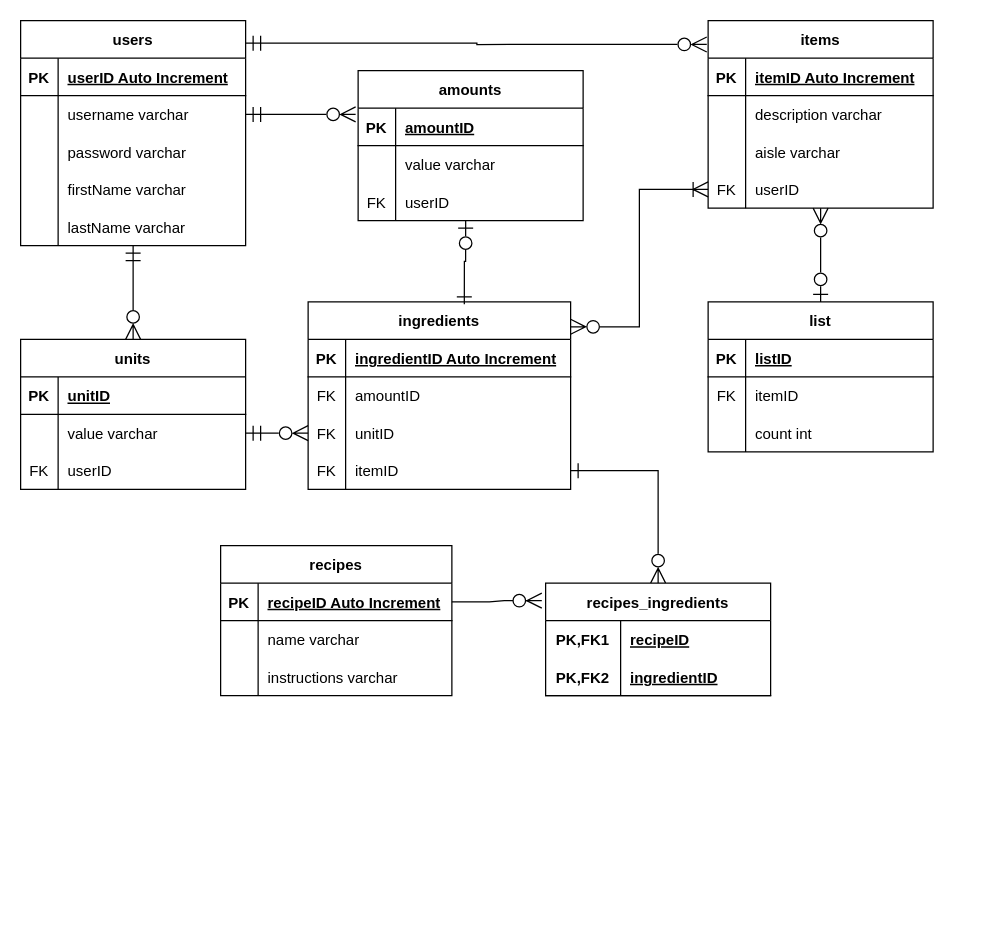
Before: GBR ERD.drawio in squeekems/groceriesbyrecipe, a draw.io diagram. Source tidied: cells renumbered, new cells numbered last; positions are measured from the earlier drawing's top-left corner, leaving out a move shared by most shapes. Both pictures are drawn from the tidied source at 125%, with x=0, y=0 at pixel (20, 20).
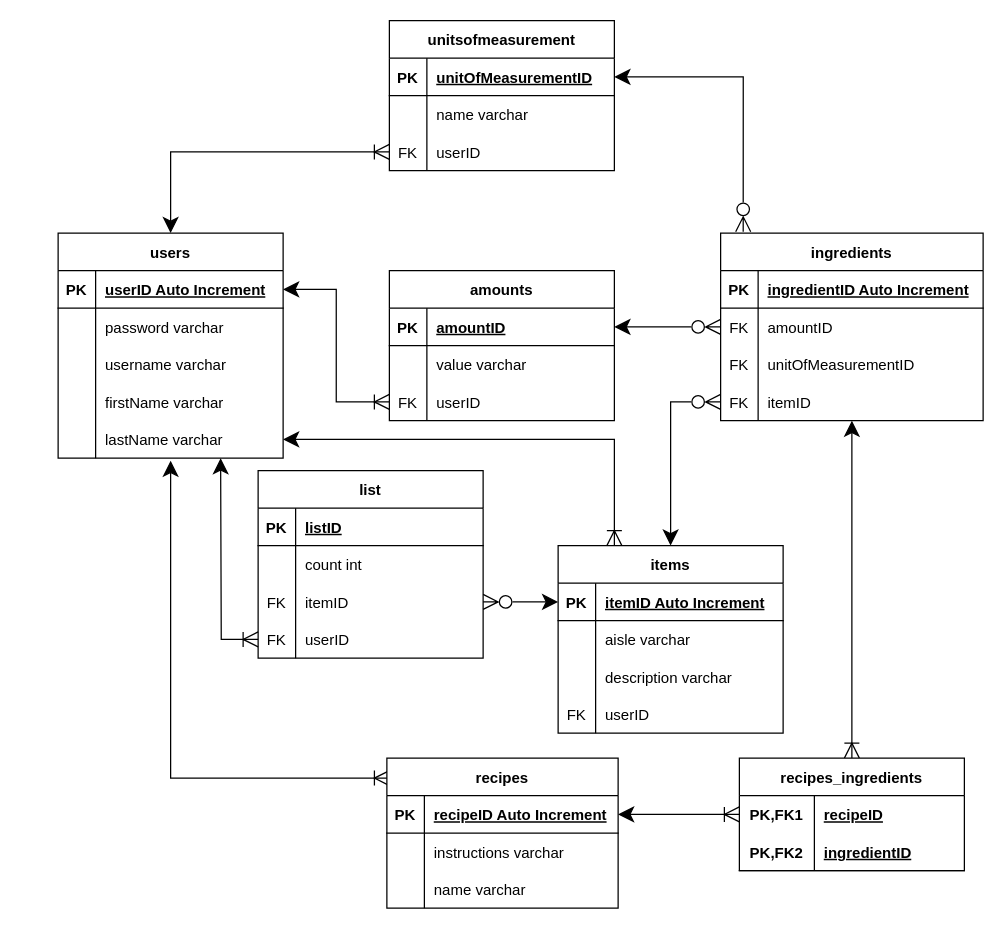
The same diagram, later.

Unchanged cells that the change refers to:
```xml
<mxCell id="4" style="shape=tableRow;horizontal=0;startSize=0;swimlaneHead=0;swimlaneBody=0;fillColor=none;points=[[0,0.5],[1,0.5]];portConstraint=eastwest;top=0;left=0;right=0;bottom=1;" parent="3" vertex="1">
  <mxGeometry y="30" width="180" height="30" as="geometry" />
</mxCell>
<mxCell id="16" style="shape=tableRow;horizontal=0;startSize=0;swimlaneHead=0;swimlaneBody=0;fillColor=none;points=[[0,0.5],[1,0.5]];portConstraint=eastwest;top=0;left=0;right=0;bottom=0;" parent="3" vertex="1">
  <mxGeometry y="150" width="180" height="30" as="geometry" />
</mxCell>
<mxCell id="21" style="shape=tableRow;horizontal=0;startSize=0;swimlaneHead=0;swimlaneBody=0;fillColor=none;points=[[0,0.5],[1,0.5]];portConstraint=eastwest;top=0;left=0;right=0;bottom=1;rounded=0;shadow=0;sketch=0;" parent="20" vertex="1">
  <mxGeometry y="30" width="180" height="30" as="geometry" />
</mxCell>
<mxCell id="30" style="shape=tableRow;horizontal=0;startSize=0;swimlaneHead=0;swimlaneBody=0;fillColor=none;points=[[0,0.5],[1,0.5]];portConstraint=eastwest;top=0;left=0;right=0;bottom=0;rounded=0;shadow=0;sketch=0;" parent="20" vertex="1">
  <mxGeometry y="120" width="180" height="30" as="geometry" />
</mxCell>
<mxCell id="39" style="shape=tableRow;horizontal=0;startSize=0;swimlaneHead=0;swimlaneBody=0;fillColor=none;points=[[0,0.5],[1,0.5]];portConstraint=eastwest;top=0;left=0;right=0;bottom=0;rounded=0;shadow=0;sketch=0;" parent="35" vertex="1">
  <mxGeometry y="60" width="210" height="30" as="geometry" />
</mxCell>
<mxCell id="42" style="shape=tableRow;horizontal=0;startSize=0;swimlaneHead=0;swimlaneBody=0;fillColor=none;points=[[0,0.5],[1,0.5]];portConstraint=eastwest;top=0;left=0;right=0;bottom=0;rounded=0;shadow=0;sketch=0;" parent="35" vertex="1">
  <mxGeometry y="90" width="210" height="30" as="geometry" />
</mxCell>
<mxCell id="45" style="shape=tableRow;horizontal=0;startSize=0;swimlaneHead=0;swimlaneBody=0;fillColor=none;points=[[0,0.5],[1,0.5]];portConstraint=eastwest;top=0;left=0;right=0;bottom=0;rounded=0;shadow=0;sketch=0;" parent="35" vertex="1">
  <mxGeometry y="120" width="210" height="30" as="geometry" />
</mxCell>
<mxCell id="50" style="shape=tableRow;horizontal=0;startSize=0;swimlaneHead=0;swimlaneBody=0;fillColor=none;points=[[0,0.5],[1,0.5]];portConstraint=eastwest;top=0;left=0;right=0;bottom=1;rounded=0;shadow=0;sketch=0;" parent="49" vertex="1">
  <mxGeometry y="30" width="185" height="30" as="geometry" />
</mxCell>
<mxCell id="60" style="shape=tableRow;horizontal=0;startSize=0;swimlaneHead=0;swimlaneBody=0;fillColor=none;points=[[0,0.5],[1,0.5]];portConstraint=eastwest;top=0;left=0;right=0;bottom=1;" parent="59" vertex="1">
  <mxGeometry y="30" width="180" height="30" as="geometry" />
</mxCell>
<mxCell id="66" style="shape=tableRow;horizontal=0;startSize=0;swimlaneHead=0;swimlaneBody=0;fillColor=none;points=[[0,0.5],[1,0.5]];portConstraint=eastwest;top=0;left=0;right=0;bottom=0;" parent="59" vertex="1">
  <mxGeometry y="90" width="180" height="30" as="geometry" />
</mxCell>
<mxCell id="70" style="shape=tableRow;horizontal=0;startSize=0;swimlaneHead=0;swimlaneBody=0;fillColor=none;points=[[0,0.5],[1,0.5]];portConstraint=eastwest;top=0;left=0;right=0;bottom=1;" parent="69" vertex="1">
  <mxGeometry y="30" width="180" height="30" as="geometry" />
</mxCell>
<mxCell id="73" style="shape=tableRow;horizontal=0;startSize=0;swimlaneHead=0;swimlaneBody=0;fillColor=none;points=[[0,0.5],[1,0.5]];portConstraint=eastwest;top=0;left=0;right=0;bottom=0;" parent="69" vertex="1">
  <mxGeometry y="60" width="180" height="30" as="geometry" />
</mxCell>
<mxCell id="76" style="shape=tableRow;horizontal=0;startSize=0;swimlaneHead=0;swimlaneBody=0;fillColor=none;points=[[0,0.5],[1,0.5]];portConstraint=eastwest;top=0;left=0;right=0;bottom=0;" parent="69" vertex="1">
  <mxGeometry y="90" width="180" height="30" as="geometry" />
</mxCell>
<mxCell id="81" style="shape=tableRow;horizontal=0;startSize=0;swimlaneHead=0;swimlaneBody=0;fillColor=none;points=[[0,0.5],[1,0.5]];portConstraint=eastwest;top=0;left=0;right=0;bottom=0;" parent="80" vertex="1">
  <mxGeometry y="30" width="180" height="30" as="geometry" />
</mxCell>
```

Diff of the diagram source:
```diff
@@
-    <mxCell id="2" style="edgeStyle=orthogonalEdgeStyle;jettySize=auto;html=1;entryX=0.5;entryY=0;entryDx=0;entryDy=0;startArrow=ERmandOne;startFill=0;endArrow=ERzeroToMany;endFill=0;startSize=10;endSize=10;rounded=0;" parent="1" edge="1" source="3" target="69">
-      <mxGeometry relative="1" as="geometry" />
-    </mxCell>
     <mxCell id="3" value="users" style="shape=table;startSize=30;childLayout=tableLayout;rowLines=0;fontStyle=1;align=center;rounded=0;shadow=0;sketch=0;fillColor=#FFFFFF;backgroundOutline=0;fillOpacity=100;strokeOpacity=100;noLabel=0;" parent="1" vertex="1">
-      <mxGeometry width="180" height="180" as="geometry" />
+      <mxGeometry x="30" y="170" width="180" height="180" as="geometry" />
     </mxCell>
@@
+    <mxCell id="10" style="shape=tableRow;horizontal=0;startSize=0;swimlaneHead=0;swimlaneBody=0;fillColor=none;top=0;left=0;right=0;bottom=0;" parent="3" vertex="1">
+      <mxGeometry y="60" width="180" height="30" as="geometry" />
+    </mxCell>
+    <mxCell id="11" style="shape=partialRectangle;fillColor=none;top=0;left=0;bottom=0;right=0;overflow=hidden;" parent="10" vertex="1">
+      <mxGeometry width="30" height="30" as="geometry" />
+    </mxCell>
+    <mxCell id="12" value="password varchar" style="shape=partialRectangle;fillColor=none;top=0;left=0;bottom=0;right=0;align=left;spacingLeft=6;overflow=hidden;" parent="10" vertex="1">
+      <mxGeometry x="30" width="150" height="30" as="geometry" />
+    </mxCell>
     <mxCell id="7" style="shape=tableRow;horizontal=0;startSize=0;swimlaneHead=0;swimlaneBody=0;fillColor=none;points=[[0,0.5],[1,0.5]];portConstraint=eastwest;top=0;left=0;right=0;bottom=0;" parent="3" vertex="1">
-      <mxGeometry y="60" width="180" height="30" as="geometry" />
+      <mxGeometry y="90" width="180" height="30" as="geometry" />
     </mxCell>
@@
-    <mxCell id="10" style="shape=tableRow;horizontal=0;startSize=0;swimlaneHead=0;swimlaneBody=0;fillColor=none;top=0;left=0;right=0;bottom=0;" parent="3" vertex="1">
-      <mxGeometry y="90" width="180" height="30" as="geometry" />
-    </mxCell>
-    <mxCell id="11" style="shape=partialRectangle;fillColor=none;top=0;left=0;bottom=0;right=0;overflow=hidden;" parent="10" vertex="1">
-      <mxGeometry width="30" height="30" as="geometry" />
-    </mxCell>
-    <mxCell id="12" value="password varchar" style="shape=partialRectangle;fillColor=none;top=0;left=0;bottom=0;right=0;align=left;spacingLeft=6;overflow=hidden;" parent="10" vertex="1">
-      <mxGeometry x="30" width="150" height="30" as="geometry" />
-    </mxCell>
@@
-    <mxCell id="19" style="edgeStyle=orthogonalEdgeStyle;jettySize=auto;html=1;entryX=0.5;entryY=0;entryDx=0;entryDy=0;startArrow=ERzeroToMany;startFill=0;endArrow=ERzeroToOne;endFill=0;startSize=10;endSize=10;rounded=0;" parent="1" edge="1" source="20" target="88">
-      <mxGeometry relative="1" as="geometry" />
-    </mxCell>
+    <mxCell id="100" style="edgeStyle=orthogonalEdgeStyle;rounded=0;jettySize=auto;html=1;exitX=0.25;exitY=0;exitDx=0;exitDy=0;entryX=1;entryY=0.5;entryDx=0;entryDy=0;startArrow=ERoneToMany;startFill=0;startSize=10;endSize=10;" parent="1" edge="1" source="20" target="16">
+      <mxGeometry relative="1" as="geometry" />
+    </mxCell>
     <mxCell id="20" value="items" style="shape=table;startSize=30;childLayout=tableLayout;rowLines=0;fontStyle=1;align=center;rounded=0;shadow=0;sketch=0;fillColor=#FFFFFF;" parent="1" vertex="1">
-      <mxGeometry x="550" width="180" height="150" as="geometry" />
+      <mxGeometry x="430" y="420" width="180" height="150" as="geometry" />
     </mxCell>
@@
+    <mxCell id="27" style="shape=tableRow;horizontal=0;startSize=0;swimlaneHead=0;swimlaneBody=0;fillColor=none;top=0;left=0;right=0;bottom=0;rounded=0;shadow=0;sketch=0;" parent="20" vertex="1">
+      <mxGeometry y="60" width="180" height="30" as="geometry" />
+    </mxCell>
+    <mxCell id="28" style="shape=partialRectangle;fillColor=none;top=0;left=0;bottom=0;right=0;overflow=hidden;rounded=0;shadow=0;sketch=0;" parent="27" vertex="1">
+      <mxGeometry width="30" height="30" as="geometry" />
+    </mxCell>
+    <mxCell id="29" value="aisle varchar" style="shape=partialRectangle;fillColor=none;top=0;left=0;bottom=0;right=0;align=left;spacingLeft=6;overflow=hidden;rounded=0;shadow=0;sketch=0;" parent="27" vertex="1">
+      <mxGeometry x="30" width="150" height="30" as="geometry" />
+    </mxCell>
     <mxCell id="24" style="shape=tableRow;horizontal=0;startSize=0;swimlaneHead=0;swimlaneBody=0;fillColor=none;top=0;left=0;right=0;bottom=0;rounded=0;shadow=0;sketch=0;" parent="20" vertex="1">
-      <mxGeometry y="60" width="180" height="30" as="geometry" />
+      <mxGeometry y="90" width="180" height="30" as="geometry" />
     </mxCell>
@@
-    <mxCell id="27" style="shape=tableRow;horizontal=0;startSize=0;swimlaneHead=0;swimlaneBody=0;fillColor=none;top=0;left=0;right=0;bottom=0;rounded=0;shadow=0;sketch=0;" parent="20" vertex="1">
-      <mxGeometry y="90" width="180" height="30" as="geometry" />
-    </mxCell>
-    <mxCell id="28" style="shape=partialRectangle;fillColor=none;top=0;left=0;bottom=0;right=0;overflow=hidden;rounded=0;shadow=0;sketch=0;" parent="27" vertex="1">
-      <mxGeometry width="30" height="30" as="geometry" />
-    </mxCell>
-    <mxCell id="29" value="aisle varchar" style="shape=partialRectangle;fillColor=none;top=0;left=0;bottom=0;right=0;align=left;spacingLeft=6;overflow=hidden;rounded=0;shadow=0;sketch=0;" parent="27" vertex="1">
-      <mxGeometry x="30" width="150" height="30" as="geometry" />
-    </mxCell>
@@
-    <mxCell id="33" style="edgeStyle=orthogonalEdgeStyle;fontSize=12;html=1;endArrow=ERzeroToMany;startArrow=ERmandOne;rounded=0;targetPerimeterSpacing=0;endSize=10;startSize=10;exitX=1;exitY=0.1;exitDx=0;exitDy=0;endFill=0;entryX=-0.006;entryY=0.127;entryDx=0;entryDy=0;entryPerimeter=0;exitPerimeter=0;" parent="1" edge="1" source="3" target="20">
-      <mxGeometry relative="1" as="geometry" />
-    </mxCell>
-    <mxCell id="34" style="edgeStyle=orthogonalEdgeStyle;jettySize=auto;html=1;entryX=0.5;entryY=0;entryDx=0;entryDy=0;startArrow=ERone;startFill=0;endArrow=ERzeroToMany;endFill=0;startSize=10;endSize=10;exitX=1;exitY=0.5;exitDx=0;exitDy=0;rounded=0;" parent="1" edge="1" source="45" target="80">
-      <mxGeometry relative="1" as="geometry" />
-    </mxCell>
+    <mxCell id="101" style="edgeStyle=orthogonalEdgeStyle;rounded=0;jettySize=auto;html=1;entryX=1;entryY=0.5;entryDx=0;entryDy=0;startArrow=ERzeroToMany;startFill=0;startSize=10;endSize=10;exitX=0.086;exitY=-0.007;exitDx=0;exitDy=0;exitPerimeter=0;" parent="1" edge="1" source="35" target="70">
+      <mxGeometry relative="1" as="geometry">
+        <Array as="points">
+          <mxPoint x="578" y="45" />
+        </Array>
+      </mxGeometry>
+    </mxCell>
+    <mxCell id="102" style="edgeStyle=orthogonalEdgeStyle;rounded=0;jettySize=auto;html=1;entryX=1;entryY=0.5;entryDx=0;entryDy=0;startArrow=ERzeroToMany;startFill=0;startSize=10;endSize=10;exitX=0;exitY=0.5;exitDx=0;exitDy=0;" parent="1" edge="1" source="39" target="60">
+      <mxGeometry relative="1" as="geometry" />
+    </mxCell>
     <mxCell id="35" value="ingredients" style="shape=table;startSize=30;childLayout=tableLayout;rowLines=0;fontStyle=1;align=center;rounded=0;shadow=0;sketch=0;fillColor=#FFFFFF;" parent="1" vertex="1">
-      <mxGeometry x="230" y="225" width="210" height="150" as="geometry" />
+      <mxGeometry x="560" y="170" width="210" height="150" as="geometry" />
     </mxCell>
@@
-    <mxCell id="44" value="unitID" style="shape=partialRectangle;fillColor=none;top=0;left=0;bottom=0;right=0;align=left;spacingLeft=6;overflow=hidden;rounded=0;shadow=0;sketch=0;" parent="42" vertex="1">
+    <mxCell id="44" value="unitOfMeasurementID" style="shape=partialRectangle;fillColor=none;top=0;left=0;bottom=0;right=0;align=left;spacingLeft=6;overflow=hidden;rounded=0;shadow=0;sketch=0;" parent="42" vertex="1">
       <mxGeometry x="30" width="180" height="30" as="geometry" />
     </mxCell>
@@
-    <mxCell id="48" style="fontSize=12;html=1;endArrow=ERoneToMany;startArrow=ERzeroToMany;rounded=0;targetPerimeterSpacing=0;endSize=10;startSize=10;entryX=0;entryY=0.5;entryDx=0;entryDy=0;exitX=1;exitY=0.133;exitDx=0;exitDy=0;edgeStyle=orthogonalEdgeStyle;endFill=0;startFill=0;exitPerimeter=0;" parent="1" edge="1" source="35" target="30">
-      <mxGeometry relative="1" as="geometry" />
-    </mxCell>
+    <mxCell id="103" style="edgeStyle=orthogonalEdgeStyle;rounded=0;jettySize=auto;html=1;entryX=0.5;entryY=1.067;entryDx=0;entryDy=0;entryPerimeter=0;startArrow=ERoneToMany;startFill=0;startSize=10;endSize=10;exitX=0.011;exitY=0.133;exitDx=0;exitDy=0;exitPerimeter=0;" parent="1" edge="1" source="49" target="16">
+      <mxGeometry relative="1" as="geometry">
+        <Array as="points">
+          <mxPoint x="120" y="606" />
+        </Array>
+      </mxGeometry>
+    </mxCell>
     <mxCell id="49" value="recipes" style="shape=table;startSize=30;childLayout=tableLayout;rowLines=0;fontStyle=1;align=center;rounded=0;shadow=0;sketch=0;fillColor=#FFFFFF;" parent="1" vertex="1">
-      <mxGeometry x="160" y="420" width="185" height="120" as="geometry" />
+      <mxGeometry x="293" y="590" width="185" height="120" as="geometry" />
     </mxCell>
@@
+    <mxCell id="56" style="shape=tableRow;horizontal=0;startSize=0;swimlaneHead=0;swimlaneBody=0;fillColor=none;top=0;left=0;right=0;bottom=0;rounded=0;shadow=0;sketch=0;" parent="49" vertex="1">
+      <mxGeometry y="60" width="185" height="30" as="geometry" />
+    </mxCell>
+    <mxCell id="57" style="shape=partialRectangle;fillColor=none;top=0;left=0;bottom=0;right=0;overflow=hidden;rounded=0;shadow=0;sketch=0;" parent="56" vertex="1">
+      <mxGeometry width="30" height="30" as="geometry" />
+    </mxCell>
+    <mxCell id="58" value="instructions varchar" style="shape=partialRectangle;fillColor=none;top=0;left=0;bottom=0;right=0;align=left;spacingLeft=6;overflow=hidden;rounded=0;shadow=0;sketch=0;" parent="56" vertex="1">
+      <mxGeometry x="30" width="155" height="30" as="geometry" />
+    </mxCell>
     <mxCell id="53" style="shape=tableRow;horizontal=0;startSize=0;swimlaneHead=0;swimlaneBody=0;fillColor=none;top=0;left=0;right=0;bottom=0;rounded=0;shadow=0;sketch=0;" parent="49" vertex="1">
-      <mxGeometry y="60" width="185" height="30" as="geometry" />
+      <mxGeometry y="90" width="185" height="30" as="geometry" />
     </mxCell>
@@
-    <mxCell id="56" style="shape=tableRow;horizontal=0;startSize=0;swimlaneHead=0;swimlaneBody=0;fillColor=none;top=0;left=0;right=0;bottom=0;rounded=0;shadow=0;sketch=0;" parent="49" vertex="1">
-      <mxGeometry y="90" width="185" height="30" as="geometry" />
-    </mxCell>
-    <mxCell id="57" style="shape=partialRectangle;fillColor=none;top=0;left=0;bottom=0;right=0;overflow=hidden;rounded=0;shadow=0;sketch=0;" parent="56" vertex="1">
-      <mxGeometry width="30" height="30" as="geometry" />
-    </mxCell>
-    <mxCell id="58" value="instructions varchar" style="shape=partialRectangle;fillColor=none;top=0;left=0;bottom=0;right=0;align=left;spacingLeft=6;overflow=hidden;rounded=0;shadow=0;sketch=0;" parent="56" vertex="1">
-      <mxGeometry x="30" width="155" height="30" as="geometry" />
-    </mxCell>
     <mxCell id="59" value="amounts" style="shape=table;startSize=30;childLayout=tableLayout;rowLines=0;fontStyle=1;align=center;" parent="1" vertex="1">
-      <mxGeometry x="270" y="40" width="180" height="120" as="geometry" />
+      <mxGeometry x="295" y="200" width="180" height="120" as="geometry" />
     </mxCell>
@@
-    <mxCell id="69" value="units" style="shape=table;startSize=30;childLayout=tableLayout;rowLines=0;fontStyle=1;align=center;" parent="1" vertex="1">
-      <mxGeometry y="255" width="180" height="120" as="geometry" />
+    <mxCell id="69" value="unitsofmeasurement" style="shape=table;startSize=30;childLayout=tableLayout;rowLines=0;fontStyle=1;align=center;" parent="1" vertex="1">
+      <mxGeometry x="295" width="180" height="120" as="geometry" />
     </mxCell>
@@
-    <mxCell id="72" value="unitID" style="shape=partialRectangle;fillColor=none;top=0;left=0;bottom=0;right=0;align=left;spacingLeft=6;fontStyle=5;overflow=hidden;" parent="70" vertex="1">
+    <mxCell id="72" value="unitOfMeasurementID" style="shape=partialRectangle;fillColor=none;top=0;left=0;bottom=0;right=0;align=left;spacingLeft=6;fontStyle=5;overflow=hidden;" parent="70" vertex="1">
       <mxGeometry x="30" width="150" height="30" as="geometry" />
     </mxCell>
@@
-    <mxCell id="75" value="value varchar" style="shape=partialRectangle;fillColor=none;top=0;left=0;bottom=0;right=0;align=left;spacingLeft=6;overflow=hidden;" parent="73" vertex="1">
+    <mxCell id="75" value="name varchar" style="shape=partialRectangle;fillColor=none;top=0;left=0;bottom=0;right=0;align=left;spacingLeft=6;overflow=hidden;" parent="73" vertex="1">
       <mxGeometry x="30" width="150" height="30" as="geometry" />
     </mxCell>
@@
-    <mxCell id="79" style="edgeStyle=orthogonalEdgeStyle;jettySize=auto;html=1;entryX=0.478;entryY=1;entryDx=0;entryDy=0;startArrow=ERone;startFill=0;endArrow=ERzeroToOne;endFill=0;startSize=10;endSize=10;exitX=0.595;exitY=0.013;exitDx=0;exitDy=0;entryPerimeter=0;rounded=0;exitPerimeter=0;" parent="1" edge="1" source="35" target="66">
-      <mxGeometry relative="1" as="geometry" />
-    </mxCell>
+    <mxCell id="104" style="edgeStyle=orthogonalEdgeStyle;rounded=0;jettySize=auto;html=1;entryX=0.5;entryY=1;entryDx=0;entryDy=0;entryPerimeter=0;startArrow=ERoneToMany;startFill=0;startSize=10;endSize=10;" parent="1" edge="1" source="80" target="45">
+      <mxGeometry relative="1" as="geometry" />
+    </mxCell>
+    <mxCell id="105" style="edgeStyle=orthogonalEdgeStyle;rounded=0;jettySize=auto;html=1;startArrow=ERoneToMany;startFill=0;startSize=10;endSize=10;exitX=0;exitY=0.5;exitDx=0;exitDy=0;entryX=1;entryY=0.5;entryDx=0;entryDy=0;" parent="1" edge="1" source="81" target="50">
+      <mxGeometry relative="1" as="geometry" />
+    </mxCell>
     <mxCell id="80" value="recipes_ingredients" style="shape=table;startSize=30;childLayout=tableLayout;rowLines=0;fontStyle=1;align=center;" parent="1" vertex="1">
-      <mxGeometry x="420" y="450" width="180" height="90" as="geometry" />
+      <mxGeometry x="575" y="590" width="180" height="90" as="geometry" />
     </mxCell>
@@
-    <mxCell id="87" style="edgeStyle=entityRelationEdgeStyle;fontSize=12;html=1;endArrow=ERzeroToMany;endFill=1;exitX=1;exitY=0.5;exitDx=0;exitDy=0;entryX=-0.017;entryY=0.156;entryDx=0;entryDy=0;entryPerimeter=0;endSize=10;startSize=10;rounded=0;" parent="1" edge="1" source="50" target="80">
-      <mxGeometry relative="1" as="geometry" />
-    </mxCell>
     <mxCell id="88" value="list" style="shape=table;startSize=30;childLayout=tableLayout;rowLines=0;fontStyle=1;align=center;" parent="1" vertex="1">
-      <mxGeometry x="550" y="225" width="180" height="120" as="geometry" />
+      <mxGeometry x="190" y="360" width="180" height="150" as="geometry" />
     </mxCell>
@@
+    <mxCell id="95" style="shape=tableRow;horizontal=0;startSize=0;swimlaneHead=0;swimlaneBody=0;fillColor=none;top=0;left=0;right=0;bottom=0;" parent="88" vertex="1">
+      <mxGeometry y="60" width="180" height="30" as="geometry" />
+    </mxCell>
+    <mxCell id="96" style="shape=partialRectangle;fillColor=none;top=0;left=0;bottom=0;right=0;overflow=hidden;" parent="95" vertex="1">
+      <mxGeometry width="30" height="30" as="geometry" />
+    </mxCell>
+    <mxCell id="97" value="count int" style="shape=partialRectangle;fillColor=none;top=0;left=0;bottom=0;right=0;align=left;spacingLeft=6;overflow=hidden;" parent="95" vertex="1">
+      <mxGeometry x="30" width="150" height="30" as="geometry" />
+    </mxCell>
     <mxCell id="92" style="shape=tableRow;horizontal=0;startSize=0;swimlaneHead=0;swimlaneBody=0;fillColor=none;points=[[0,0.5],[1,0.5]];portConstraint=eastwest;top=0;left=0;right=0;bottom=0;" parent="88" vertex="1">
-      <mxGeometry y="60" width="180" height="30" as="geometry" />
+      <mxGeometry y="90" width="180" height="30" as="geometry" />
     </mxCell>
@@
-    <mxCell id="95" style="shape=tableRow;horizontal=0;startSize=0;swimlaneHead=0;swimlaneBody=0;fillColor=none;top=0;left=0;right=0;bottom=0;" parent="88" vertex="1">
-      <mxGeometry y="90" width="180" height="30" as="geometry" />
-    </mxCell>
-    <mxCell id="96" style="shape=partialRectangle;fillColor=none;top=0;left=0;bottom=0;right=0;overflow=hidden;" parent="95" vertex="1">
-      <mxGeometry width="30" height="30" as="geometry" />
-    </mxCell>
-    <mxCell id="97" value="count int" style="shape=partialRectangle;fillColor=none;top=0;left=0;bottom=0;right=0;align=left;spacingLeft=6;overflow=hidden;" parent="95" vertex="1">
-      <mxGeometry x="30" width="150" height="30" as="geometry" />
-    </mxCell>
-    <mxCell id="98" style="edgeStyle=orthogonalEdgeStyle;jettySize=auto;html=1;entryX=-0.011;entryY=0.167;entryDx=0;entryDy=0;entryPerimeter=0;startArrow=ERmandOne;startFill=0;endArrow=ERzeroToMany;endFill=0;startSize=10;endSize=10;rounded=0;" parent="1" edge="1" source="7" target="60">
-      <mxGeometry relative="1" as="geometry" />
-    </mxCell>
-    <mxCell id="99" style="edgeStyle=orthogonalEdgeStyle;rounded=0;jettySize=auto;html=1;entryX=0;entryY=0.5;entryDx=0;entryDy=0;startArrow=ERmandOne;startFill=0;endArrow=ERzeroToMany;endFill=0;startSize=10;endSize=10;" parent="1" edge="1" source="73" target="42">
-      <mxGeometry relative="1" as="geometry" />
-    </mxCell>
+    <mxCell id="106" style="shape=tableRow;horizontal=0;startSize=0;swimlaneHead=0;swimlaneBody=0;fillColor=none;points=[[0,0.5],[1,0.5]];portConstraint=eastwest;top=0;left=0;right=0;bottom=0;" parent="88" vertex="1">
+      <mxGeometry y="120" width="180" height="30" as="geometry" />
+    </mxCell>
+    <mxCell id="107" value="FK" style="shape=partialRectangle;fillColor=none;top=0;left=0;bottom=0;right=0;overflow=hidden;" parent="106" vertex="1">
+      <mxGeometry width="30" height="30" as="geometry" />
+    </mxCell>
+    <mxCell id="108" value="userID" style="shape=partialRectangle;fillColor=none;top=0;left=0;bottom=0;right=0;align=left;spacingLeft=6;overflow=hidden;" parent="106" vertex="1">
+      <mxGeometry x="30" width="150" height="30" as="geometry" />
+    </mxCell>
+    <mxCell id="109" style="edgeStyle=orthogonalEdgeStyle;rounded=0;jettySize=auto;html=1;endSize=10;startSize=10;startArrow=ERoneToMany;startFill=0;" parent="1" edge="1" source="76" target="3">
+      <mxGeometry relative="1" as="geometry" />
+    </mxCell>
+    <mxCell id="110" style="edgeStyle=orthogonalEdgeStyle;rounded=0;jettySize=auto;html=1;entryX=0.5;entryY=0;entryDx=0;entryDy=0;startArrow=ERzeroToMany;startFill=0;startSize=10;endSize=10;" parent="1" edge="1" source="45" target="20">
+      <mxGeometry relative="1" as="geometry" />
+    </mxCell>
+    <mxCell id="111" style="edgeStyle=orthogonalEdgeStyle;rounded=0;jettySize=auto;html=1;entryX=0;entryY=0.5;entryDx=0;entryDy=0;startArrow=ERzeroToMany;startFill=0;startSize=10;endSize=10;" parent="1" edge="1" source="92" target="21">
+      <mxGeometry relative="1" as="geometry" />
+    </mxCell>
+    <mxCell id="112" style="edgeStyle=orthogonalEdgeStyle;rounded=0;jettySize=auto;html=1;entryX=1;entryY=0.5;entryDx=0;entryDy=0;startArrow=ERoneToMany;startFill=0;startSize=10;endSize=10;" parent="1" edge="1" source="66" target="4">
+      <mxGeometry relative="1" as="geometry" />
+    </mxCell>
+    <mxCell id="113" style="edgeStyle=orthogonalEdgeStyle;rounded=0;jettySize=auto;html=1;startArrow=ERoneToMany;startFill=0;startSize=10;endSize=10;" parent="1" edge="1" source="106">
+      <mxGeometry relative="1" as="geometry">
+        <mxPoint x="160" y="350" as="targetPoint" />
+      </mxGeometry>
+    </mxCell>
```
